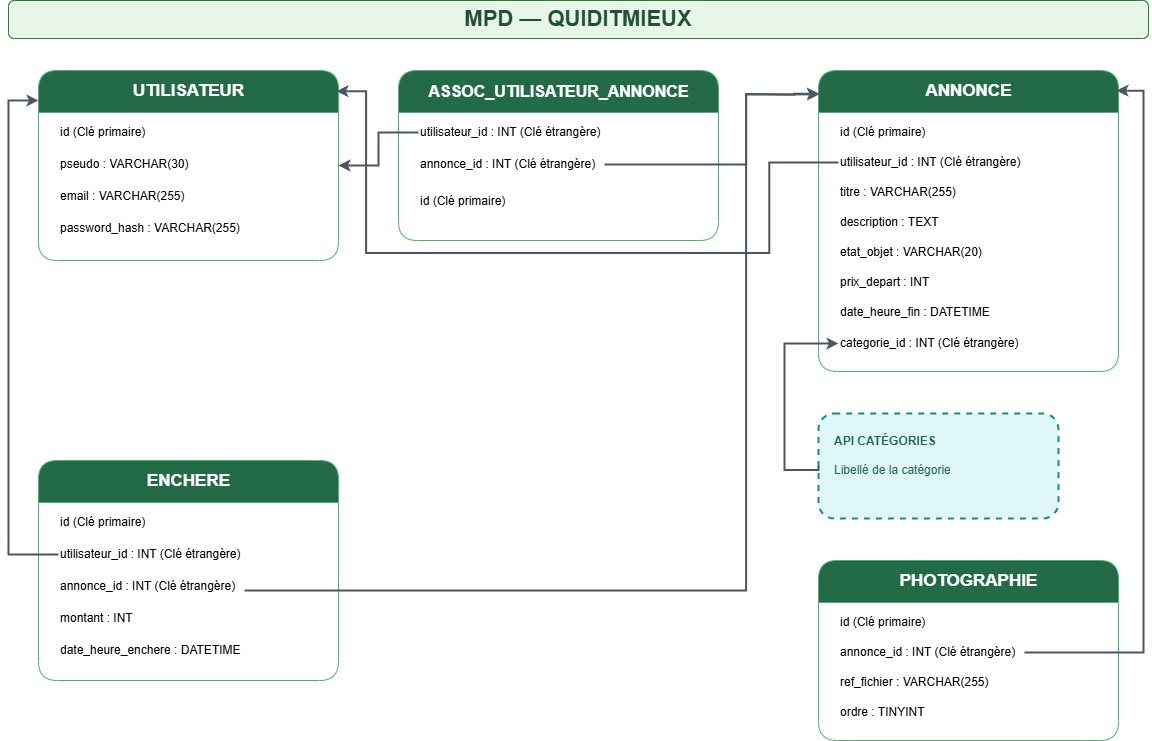
Earlier version of the draw.io export documents/conceptualisation/Modèles de données/MPD.png (anthonylepichon/quiditmieux). Source tidied: cells renumbered, new cells last; positions are measured from the earlier drawing's top-left corner, leaving out a move shared by most shapes.
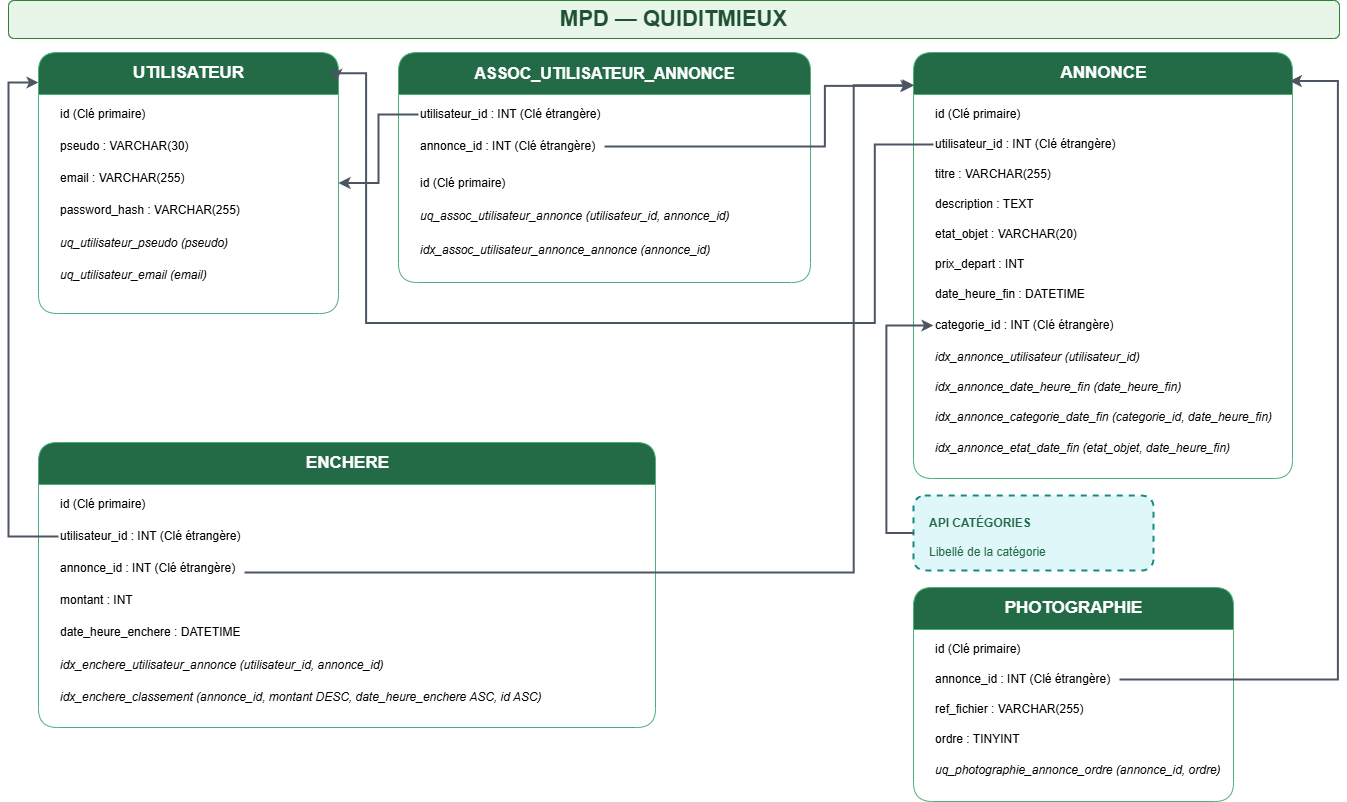
Later version of the same file.

Commit message:
correction/indexes-croissance

Diff of the diagram source:
```diff
@@ -3,10 +3,10 @@
     <mxCell id="0" />
     <mxCell id="1" parent="0" />
     <mxCell id="2" value="MPD — QUIDITMIEUX" style="rounded=1;whiteSpace=wrap;html=1;fillColor=#e8f5e9;strokeColor=#2e7d32;fontColor=#1f5132;fontSize=22;fontStyle=1;align=center;verticalAlign=middle;" parent="1" vertex="1">
-      <mxGeometry width="1140" height="38" as="geometry" />
+      <mxGeometry width="1331" height="38" as="geometry" />
     </mxCell>
     <mxCell id="3" value="UTILISATEUR" style="swimlane;html=1;startSize=42;rounded=1;fillColor=#236b47;swimlaneFillColor=#ffffff;strokeColor=#4caf7a;fontColor=#ffffff;fontSize=17;fontStyle=1;align=center;verticalAlign=middle;" parent="1" vertex="1">
-      <mxGeometry x="30" y="70" width="300" height="190" as="geometry" />
+      <mxGeometry x="30" y="52" width="300" height="261" as="geometry" />
     </mxCell>
     <mxCell id="4" value="id (Clé primaire)" style="text;html=1;strokeColor=none;fillColor=none;align=left;verticalAlign=middle;fontSize=12;" parent="3" vertex="1">
       <mxGeometry x="20" y="50" width="260" height="24" as="geometry" />
@@ -20,8 +20,14 @@
     <mxCell id="7" value="password_hash : VARCHAR(255)" style="text;html=1;strokeColor=none;fillColor=none;align=left;verticalAlign=middle;fontSize=12;" parent="3" vertex="1">
       <mxGeometry x="20" y="146" width="260" height="24" as="geometry" />
     </mxCell>
+    <mxCell id="40" value="uq_utilisateur_pseudo (pseudo)" style="text;strokeColor=none;fillColor=none;align=left;verticalAlign=middle;fontSize=12;fontStyle=2;" parent="3" vertex="1">
+      <mxGeometry x="20" y="178" width="260" height="24" as="geometry" />
+    </mxCell>
+    <mxCell id="41" value="uq_utilisateur_email (email)" style="text;strokeColor=none;fillColor=none;align=left;verticalAlign=middle;fontSize=12;fontStyle=2;" parent="3" vertex="1">
+      <mxGeometry x="20" y="210" width="260" height="24" as="geometry" />
+    </mxCell>
     <mxCell id="8" value="ASSOC_UTILISATEUR_ANNONCE" style="swimlane;html=1;startSize=42;rounded=1;fillColor=#236b47;swimlaneFillColor=#ffffff;strokeColor=#4caf7a;fontColor=#ffffff;fontSize=16;fontStyle=1;align=center;verticalAlign=middle;" parent="1" vertex="1">
-      <mxGeometry x="390" y="70" width="320" height="170" as="geometry" />
+      <mxGeometry x="390" y="52" width="412" height="230" as="geometry" />
     </mxCell>
     <mxCell id="9" value="utilisateur_id : INT (Clé étrangère)" style="text;html=1;strokeColor=none;fillColor=none;align=left;verticalAlign=middle;fontSize=12;" parent="8" vertex="1">
       <mxGeometry x="20" y="50" width="280" height="24" as="geometry" />
@@ -32,8 +38,14 @@
     <mxCell id="11" value="id (Clé primaire)" style="text;html=1;strokeColor=none;fillColor=none;align=left;verticalAlign=middle;fontSize=12;" parent="8" vertex="1">
       <mxGeometry x="20" y="114" width="280" height="34" as="geometry" />
     </mxCell>
+    <mxCell id="42" value="uq_assoc_utilisateur_annonce (utilisateur_id, annonce_id)" style="text;strokeColor=none;fillColor=none;align=left;verticalAlign=middle;fontSize=12;fontStyle=2;" parent="8" vertex="1">
+      <mxGeometry x="20" y="151" width="379" height="24" as="geometry" />
+    </mxCell>
+    <mxCell id="43" value="idx_assoc_utilisateur_annonce_annonce (annonce_id)" style="text;strokeColor=none;fillColor=none;align=left;verticalAlign=middle;fontSize=12;fontStyle=2;" parent="8" vertex="1">
+      <mxGeometry x="20" y="180" width="365" height="34" as="geometry" />
+    </mxCell>
     <mxCell id="12" value="ANNONCE" style="swimlane;html=1;startSize=42;rounded=1;fillColor=#236b47;swimlaneFillColor=#ffffff;strokeColor=#4caf7a;fontColor=#ffffff;fontSize=17;fontStyle=1;align=center;verticalAlign=middle;" parent="1" vertex="1">
-      <mxGeometry x="810" y="70" width="300" height="301" as="geometry" />
+      <mxGeometry x="905" y="52" width="379" height="426" as="geometry" />
     </mxCell>
     <mxCell id="13" value="id (Clé primaire)" style="text;html=1;strokeColor=none;fillColor=none;align=left;verticalAlign=middle;fontSize=12;" parent="12" vertex="1">
       <mxGeometry x="20" y="50" width="260" height="24" as="geometry" />
@@ -59,8 +71,20 @@
     <mxCell id="20" value="categorie_id : INT (Clé étrangère)" style="text;html=1;strokeColor=none;fillColor=none;align=left;verticalAlign=middle;fontSize=12;" parent="12" vertex="1">
       <mxGeometry x="20" y="261" width="260" height="24" as="geometry" />
     </mxCell>
+    <mxCell id="44" value="idx_annonce_utilisateur (utilisateur_id)" style="text;align=left;verticalAlign=middle;fontSize=12;fontFamily=Helvetica;fontStyle=2;" parent="12" vertex="1">
+      <mxGeometry x="20" y="292" width="260" height="24" as="geometry" />
+    </mxCell>
+    <mxCell id="45" value="idx_annonce_date_heure_fin (date_heure_fin)" style="text;align=left;verticalAlign=middle;fontSize=12;fontFamily=Helvetica;fontStyle=2;" parent="12" vertex="1">
+      <mxGeometry x="20" y="322" width="320" height="24" as="geometry" />
+    </mxCell>
+    <mxCell id="46" value="idx_annonce_categorie_date_fin (categorie_id, date_heure_fin)" style="text;align=left;verticalAlign=middle;fontSize=12;fontFamily=Helvetica;fontStyle=2;" parent="12" vertex="1">
+      <mxGeometry x="20" y="352" width="349" height="24" as="geometry" />
+    </mxCell>
+    <mxCell id="47" value="idx_annonce_etat_date_fin (etat_objet, date_heure_fin)" style="text;align=left;verticalAlign=middle;fontSize=12;fontFamily=Helvetica;fontStyle=2;" parent="12" vertex="1">
+      <mxGeometry x="20" y="383" width="303" height="24" as="geometry" />
+    </mxCell>
     <mxCell id="21" value="ENCHERE" style="swimlane;html=1;startSize=42;rounded=1;fillColor=#236b47;swimlaneFillColor=#ffffff;strokeColor=#4caf7a;fontColor=#ffffff;fontSize=17;fontStyle=1;align=center;verticalAlign=middle;" parent="1" vertex="1">
-      <mxGeometry x="30" y="460" width="300" height="220" as="geometry" />
+      <mxGeometry x="30" y="442" width="617" height="285" as="geometry" />
     </mxCell>
     <mxCell id="22" value="id (Clé primaire)" style="text;html=1;strokeColor=none;fillColor=none;align=left;verticalAlign=middle;fontSize=12;" parent="21" vertex="1">
       <mxGeometry x="20" y="50" width="260" height="24" as="geometry" />
@@ -77,11 +101,17 @@
     <mxCell id="26" value="date_heure_enchere : DATETIME" style="text;html=1;strokeColor=none;fillColor=none;align=left;verticalAlign=middle;fontSize=12;" parent="21" vertex="1">
       <mxGeometry x="20" y="178" width="260" height="24" as="geometry" />
     </mxCell>
+    <mxCell id="48" value="idx_enchere_utilisateur_annonce (utilisateur_id, annonce_id)" style="text;strokeColor=none;fillColor=none;align=left;verticalAlign=middle;fontSize=12;fontStyle=2;" parent="21" vertex="1">
+      <mxGeometry x="20" y="210" width="424" height="24" as="geometry" />
+    </mxCell>
+    <mxCell id="49" value="idx_enchere_classement (annonce_id, montant DESC, date_heure_enchere ASC, id ASC)" style="text;strokeColor=none;fillColor=none;align=left;verticalAlign=middle;fontSize=12;fontStyle=2;" parent="21" vertex="1">
+      <mxGeometry x="20" y="242" width="579" height="24" as="geometry" />
+    </mxCell>
     <mxCell id="27" value="&lt;b&gt;API CATÉGORIES&lt;/b&gt;&lt;br&gt;&lt;br&gt;Libellé de la catégorie" style="rounded=1;whiteSpace=wrap;html=1;dashed=1;strokeWidth=2;fillColor=#e0f7fa;strokeColor=#168b82;fontColor=#236b47;fontSize=12;align=left;verticalAlign=top;spacingTop=14;spacingLeft=14;" parent="1" vertex="1">
-      <mxGeometry x="810" y="413" width="240" height="105" as="geometry" />
+      <mxGeometry x="905" y="495" width="240" height="75" as="geometry" />
     </mxCell>
     <mxCell id="28" value="PHOTOGRAPHIE" style="swimlane;html=1;startSize=42;rounded=1;fillColor=#236b47;swimlaneFillColor=#ffffff;strokeColor=#4caf7a;fontColor=#ffffff;fontSize=17;fontStyle=1;align=center;verticalAlign=middle;" parent="1" vertex="1">
-      <mxGeometry x="810" y="560" width="300" height="180" as="geometry" />
+      <mxGeometry x="905" y="587" width="320" height="214" as="geometry" />
     </mxCell>
     <mxCell id="29" value="id (Clé primaire)" style="text;html=1;strokeColor=none;fillColor=none;align=left;verticalAlign=middle;fontSize=12;" parent="28" vertex="1">
       <mxGeometry x="20" y="50" width="260" height="24" as="geometry" />
@@ -95,13 +125,17 @@
     <mxCell id="32" value="ordre : TINYINT" style="text;html=1;strokeColor=none;fillColor=none;align=left;verticalAlign=middle;fontSize=12;" parent="28" vertex="1">
       <mxGeometry x="20" y="140" width="260" height="24" as="geometry" />
     </mxCell>
+    <mxCell id="50" value="uq_photographie_annonce_ordre (annonce_id, ordre)" style="text;strokeColor=none;fillColor=none;align=left;verticalAlign=middle;fontSize=12;fontStyle=2;" parent="28" vertex="1">
+      <mxGeometry x="20" y="170" width="260" height="24" as="geometry" />
+    </mxCell>
     <mxCell id="33" style="edgeStyle=orthogonalEdgeStyle;rounded=0;jettySize=auto;html=1;endArrow=classic;strokeColor=#4b5563;strokeWidth=2;exitX=0;exitY=0.5;exitDx=0;exitDy=0;entryX=0.993;entryY=0.109;entryDx=0;entryDy=0;entryPerimeter=0;" parent="1" edge="1" source="14" target="3">
       <mxGeometry relative="1" as="geometry">
         <Array as="points">
-          <mxPoint x="760.8" y="162" />
-          <mxPoint x="760.8" y="252.4" />
-          <mxPoint x="357.6" y="252.4" />
-          <mxPoint x="357.6" y="90.7" />
+          <mxPoint x="866.3" y="144" />
+          <mxPoint x="866.3" y="322.4" />
+          <mxPoint x="357.6" y="322.4" />
+          <mxPoint x="357.6" y="72.7" />
+          <mxPoint x="327.9" y="72.7" />
         </Array>
       </mxGeometry>
     </mxCell>
@@ -110,46 +144,42 @@
     </mxCell>
     <mxCell id="35" style="edgeStyle=orthogonalEdgeStyle;rounded=0;jettySize=auto;html=1;endArrow=classic;strokeColor=#4b5563;strokeWidth=2;" parent="1" edge="1" source="10">
       <mxGeometry relative="1" as="geometry">
-        <mxPoint x="810.8" y="93.9" as="targetPoint" />
+        <mxPoint x="904" y="85.4" as="targetPoint" />
         <Array as="points">
-          <mxPoint x="737.6" y="164" />
-          <mxPoint x="737.6" y="93.9" />
+          <mxPoint x="816.4" y="146" />
+          <mxPoint x="816.4" y="85.4" />
         </Array>
       </mxGeometry>
     </mxCell>
     <mxCell id="36" style="edgeStyle=orthogonalEdgeStyle;rounded=0;jettySize=auto;html=1;endArrow=classic;strokeColor=#4b5563;strokeWidth=2;exitX=0;exitY=0.5;exitDx=0;exitDy=0;" parent="1" edge="1" source="23" target="3">
       <mxGeometry relative="1" as="geometry">
         <Array as="points">
-          <mxPoint y="554" />
-          <mxPoint y="100" />
+          <mxPoint y="536" />
+          <mxPoint y="82" />
         </Array>
       </mxGeometry>
     </mxCell>
     <mxCell id="37" style="edgeStyle=orthogonalEdgeStyle;rounded=0;jettySize=auto;html=1;endArrow=classic;strokeColor=#4b5563;strokeWidth=2;entryX=0.002;entryY=0.077;entryDx=0;entryDy=0;entryPerimeter=0;" parent="1" edge="1" source="24" target="12">
       <mxGeometry relative="1" as="geometry">
         <Array as="points">
-          <mxPoint x="737.6" y="590" />
-          <mxPoint x="737.6" y="93.6" />
-          <mxPoint x="738.3" y="93.6" />
-          <mxPoint x="776.3" y="94.2" />
-          <mxPoint x="785.6" y="94.2" />
+          <mxPoint x="845.2" y="572" />
+          <mxPoint x="845.2" y="84.8" />
         </Array>
       </mxGeometry>
     </mxCell>
     <mxCell id="38" style="edgeStyle=orthogonalEdgeStyle;rounded=0;jettySize=auto;html=1;endArrow=classic;strokeColor=#4b5563;strokeWidth=2;entryX=0.993;entryY=0.067;entryDx=0;entryDy=0;entryPerimeter=0;exitX=1;exitY=0.5;exitDx=0;exitDy=0;" parent="1" edge="1" source="30" target="12">
       <mxGeometry relative="1" as="geometry">
         <Array as="points">
-          <mxPoint x="1135" y="652" />
-          <mxPoint x="1135" y="90.8" />
+          <mxPoint x="1329.4" y="679" />
+          <mxPoint x="1329.4" y="80.4" />
         </Array>
       </mxGeometry>
     </mxCell>
     <mxCell id="39" style="edgeStyle=orthogonalEdgeStyle;rounded=0;jettySize=auto;html=1;endArrow=classic;strokeColor=#4b5563;strokeWidth=2;entryX=0;entryY=0.5;entryDx=0;entryDy=0;exitX=0;exitY=0.5;exitDx=0;exitDy=0;" parent="1" edge="1" source="27" target="20">
       <mxGeometry relative="1" as="geometry">
         <Array as="points">
-          <mxPoint x="810" y="469.5" />
-          <mxPoint x="776" y="469.5" />
-          <mxPoint x="776" y="343" />
+          <mxPoint x="877.9" y="532.5" />
+          <mxPoint x="877.9" y="325" />
         </Array>
       </mxGeometry>
     </mxCell>
```
